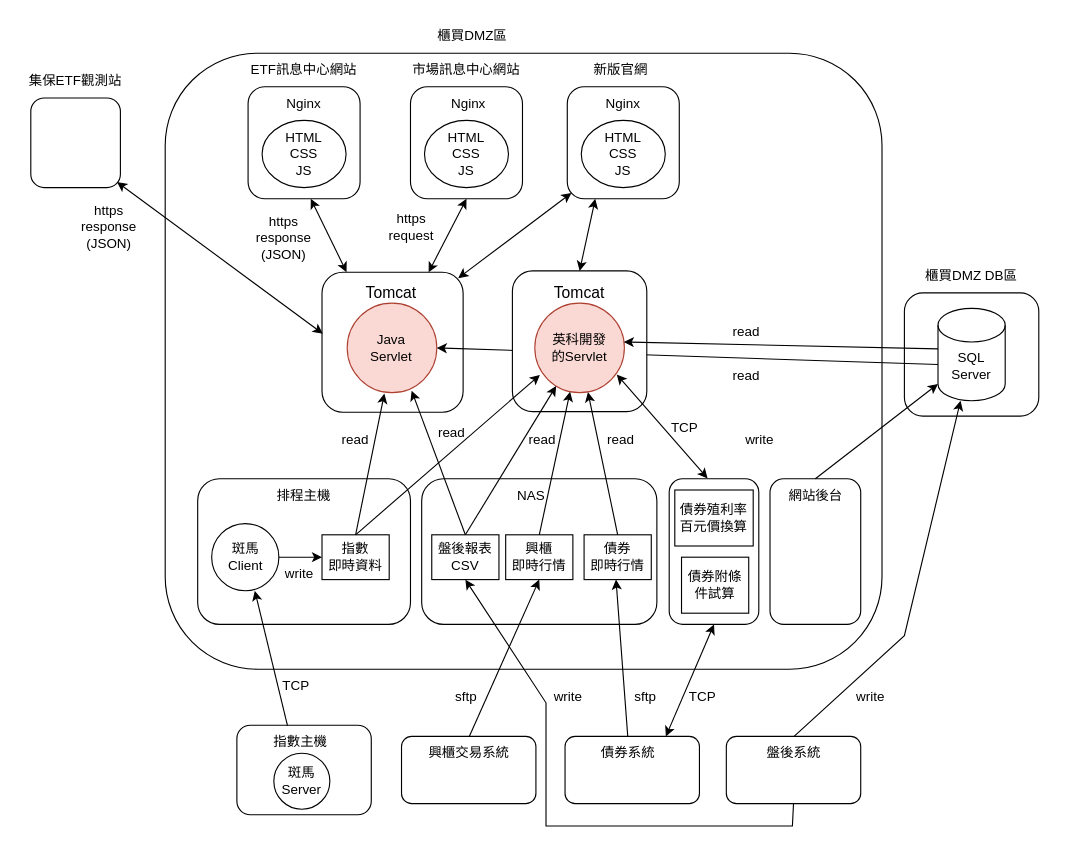
shih33/java_atguigu keeps this draw.io diagram as page "第 1 页" (1 of 5) of 期末報告/網站架構.drawio. Above is the earlier version. Source tidied: cells renumbered, new cells numbered last; positions are measured from the earlier drawing's top-left corner, leaving out a move shared by most shapes. Both pictures are drawn from the tidied source at 112%, with x=0, y=0 at pixel (19, 19).
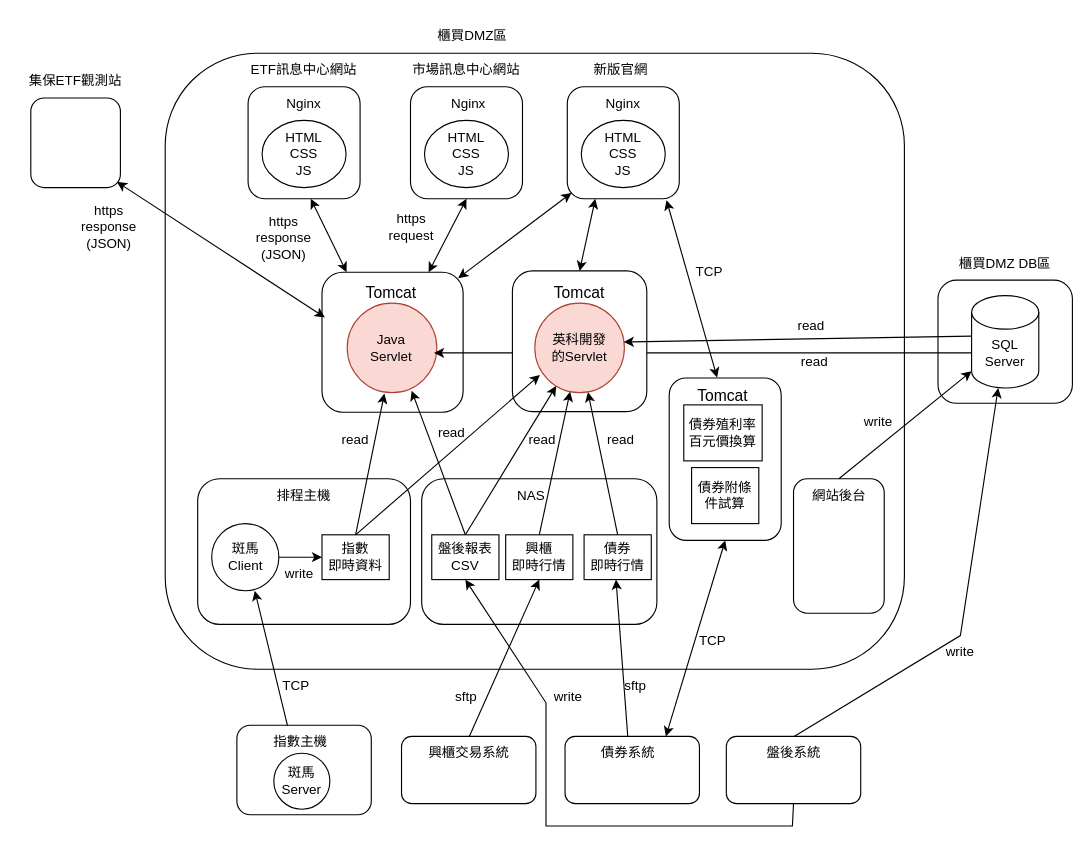
After the change.

The change refers to these unchanged cells:
```xml
<mxCell id="7" style="rounded=1;whiteSpace=wrap;html=1;" parent="1" vertex="1">
  <mxGeometry x="489" y="60" width="100" height="100" as="geometry" />
</mxCell>
<mxCell id="19" style="rounded=1;whiteSpace=wrap;html=1;" parent="1" vertex="1">
  <mxGeometry x="270" y="225.6" width="126" height="125" as="geometry" />
</mxCell>
<mxCell id="21" style="ellipse;whiteSpace=wrap;html=1;fillColor=#fad9d5;strokeColor=#ae4132;" parent="1" vertex="1">
  <mxGeometry x="292.5" y="253.1" width="80" height="80" as="geometry" />
</mxCell>
<mxCell id="23" style="rounded=1;whiteSpace=wrap;html=1;" parent="1" vertex="1">
  <mxGeometry x="10" y="70" width="80" height="80" as="geometry" />
</mxCell>
<mxCell id="51" value="盤後系統" style="text;html=1;align=center;verticalAlign=middle;whiteSpace=wrap;rounded=0;" parent="1" vertex="1">
  <mxGeometry x="646" y="640" width="91" height="30" as="geometry" />
</mxCell>
<mxCell id="81" style="ellipse;whiteSpace=wrap;html=1;fillColor=#fad9d5;strokeColor=#ae4132;" parent="1" vertex="1">
  <mxGeometry x="460" y="253.1" width="80" height="80" as="geometry" />
</mxCell>
```

Diff of the diagram source:
```diff
@@
     <mxCell id="3" style="rounded=1;whiteSpace=wrap;html=1;" parent="1" vertex="1">
-      <mxGeometry x="130" y="30" width="640" height="550" as="geometry" />
+      <mxGeometry x="130" y="30" width="660" height="550" as="geometry" />
     </mxCell>
@@
     <mxCell id="26" style="rounded=1;whiteSpace=wrap;html=1;" parent="1" vertex="1">
-      <mxGeometry x="790" y="244" width="120" height="110" as="geometry" />
+      <mxGeometry x="820" y="232.6" width="120" height="110" as="geometry" />
     </mxCell>
     <mxCell id="27" value="櫃買DMZ DB區" style="text;html=1;align=center;verticalAlign=middle;whiteSpace=wrap;rounded=0;" parent="1" vertex="1">
-      <mxGeometry x="805" y="219" width="90" height="20" as="geometry" />
+      <mxGeometry x="835" y="207.6" width="90" height="20" as="geometry" />
     </mxCell>
     <mxCell id="28" style="shape=cylinder3;whiteSpace=wrap;html=1;boundedLbl=1;backgroundOutline=1;size=15;" parent="1" vertex="1">
-      <mxGeometry x="820" y="257.8" width="60" height="82.5" as="geometry" />
+      <mxGeometry x="850" y="246.4" width="60" height="82.5" as="geometry" />
     </mxCell>
     <mxCell id="29" value="SQL&lt;div&gt;Server&lt;/div&gt;" style="text;html=1;align=center;verticalAlign=middle;whiteSpace=wrap;rounded=0;" parent="1" vertex="1">
-      <mxGeometry x="820" y="294" width="60" height="30" as="geometry" />
+      <mxGeometry x="850" y="282.6" width="60" height="30" as="geometry" />
     </mxCell>
@@
     <mxCell id="32" style="rounded=1;whiteSpace=wrap;html=1;" parent="1" vertex="1">
-      <mxGeometry x="670" y="410" width="81" height="130" as="geometry" />
+      <mxGeometry x="691" y="410" width="81" height="120" as="geometry" />
     </mxCell>
@@
     <mxCell id="35" value="網站後台" style="text;html=1;align=center;verticalAlign=middle;whiteSpace=wrap;rounded=0;" parent="1" vertex="1">
-      <mxGeometry x="680.5" y="410" width="60" height="30" as="geometry" />
+      <mxGeometry x="701.5" y="410" width="60" height="30" as="geometry" />
     </mxCell>
@@
-    <mxCell id="55" style="endArrow=classic;startArrow=classic;html=1;rounded=0;entryX=0.006;entryY=0.439;entryDx=0;entryDy=0;entryPerimeter=0;exitX=0.962;exitY=0.937;exitDx=0;exitDy=0;exitPerimeter=0;" parent="1" edge="1" source="23" target="19">
+    <mxCell id="55" style="endArrow=classic;startArrow=classic;html=1;rounded=0;entryX=0.02;entryY=0.322;entryDx=0;entryDy=0;entryPerimeter=0;exitX=0.962;exitY=0.937;exitDx=0;exitDy=0;exitPerimeter=0;" parent="1" edge="1" source="23" target="19">
       <mxGeometry relative="1" as="geometry" />
     </mxCell>
@@
-    <mxCell id="58" style="endArrow=classic;html=1;rounded=0;entryX=1;entryY=0.5;entryDx=0;entryDy=0;" parent="1" edge="1" source="29" target="21">
+    <mxCell id="58" style="endArrow=classic;html=1;rounded=0;entryX=0.969;entryY=0.556;entryDx=0;entryDy=0;entryPerimeter=0;" parent="1" edge="1" source="29" target="21">
       <mxGeometry relative="1" as="geometry" />
     </mxCell>
@@
     <mxCell id="64" style="endArrow=classic;html=1;rounded=0;exitX=0.5;exitY=0;exitDx=0;exitDy=0;" parent="1" edge="1" source="51" target="28">
       <mxGeometry relative="1" as="geometry">
         <Array as="points">
-          <mxPoint x="790" y="550" />
+          <mxPoint x="840" y="550" />
         </Array>
       </mxGeometry>
     </mxCell>
@@
     <mxCell id="69" value="read" style="text;html=1;align=center;verticalAlign=middle;whiteSpace=wrap;rounded=0;" parent="1" vertex="1">
-      <mxGeometry x="619" y="303.1" width="60" height="30" as="geometry" />
+      <mxGeometry x="680" y="290.6" width="60" height="30" as="geometry" />
     </mxCell>
@@
     <mxCell id="76" value="writ&lt;span style=&quot;background-color: initial;&quot;&gt;e&lt;/span&gt;" style="text;html=1;align=center;verticalAlign=middle;whiteSpace=wrap;rounded=0;" parent="1" vertex="1">
-      <mxGeometry x="730" y="590" width="60" height="30" as="geometry" />
+      <mxGeometry x="810" y="550" width="60" height="30" as="geometry" />
     </mxCell>
     <mxCell id="77" value="sftp" style="text;html=1;align=center;verticalAlign=middle;whiteSpace=wrap;rounded=0;" parent="1" vertex="1">
-      <mxGeometry x="529" y="590" width="60" height="30" as="geometry" />
+      <mxGeometry x="520" y="580" width="60" height="30" as="geometry" />
     </mxCell>
@@
     <mxCell id="88" value="writ&lt;span style=&quot;background-color: initial;&quot;&gt;e&lt;/span&gt;" style="text;html=1;align=center;verticalAlign=middle;whiteSpace=wrap;rounded=0;" parent="1" vertex="1">
-      <mxGeometry x="631" y="360" width="60" height="30" as="geometry" />
+      <mxGeometry x="737" y="344" width="60" height="30" as="geometry" />
     </mxCell>
     <mxCell id="89" value="read" style="text;html=1;align=center;verticalAlign=middle;whiteSpace=wrap;rounded=0;" parent="1" vertex="1">
-      <mxGeometry x="619" y="264.4" width="60" height="30" as="geometry" />
+      <mxGeometry x="677" y="259.4" width="60" height="30" as="geometry" />
     </mxCell>
@@
     <mxCell id="92" style="rounded=1;whiteSpace=wrap;html=1;" parent="1" vertex="1">
-      <mxGeometry x="580" y="410" width="80" height="130" as="geometry" />
+      <mxGeometry x="580" y="320" width="100" height="145" as="geometry" />
     </mxCell>
     <mxCell id="93" style="rounded=0;whiteSpace=wrap;html=1;" parent="1" vertex="1">
-      <mxGeometry x="585" y="420" width="70" height="50" as="geometry" />
+      <mxGeometry x="593" y="344" width="70" height="50" as="geometry" />
     </mxCell>
     <mxCell id="94" style="rounded=0;whiteSpace=wrap;html=1;" parent="1" vertex="1">
-      <mxGeometry x="591" y="480" width="60" height="50" as="geometry" />
+      <mxGeometry x="600" y="400" width="60" height="50" as="geometry" />
     </mxCell>
     <mxCell id="95" value="&lt;p class=&quot;MsoPlainText&quot;&gt;&lt;font face=&quot;新細明體, serif&quot;&gt;債券殖利率百元價換算&lt;/font&gt;&lt;br&gt;&lt;/p&gt;" style="text;html=1;align=center;verticalAlign=middle;whiteSpace=wrap;rounded=0;" parent="1" vertex="1">
-      <mxGeometry x="588" y="430" width="64" height="30" as="geometry" />
+      <mxGeometry x="596" y="354" width="64" height="30" as="geometry" />
     </mxCell>
     <mxCell id="96" value="債券附條件試算" style="text;html=1;align=center;verticalAlign=middle;whiteSpace=wrap;rounded=0;" parent="1" vertex="1">
-      <mxGeometry x="591" y="490" width="60" height="30" as="geometry" />
+      <mxGeometry x="600" y="410" width="60" height="30" as="geometry" />
     </mxCell>
-    <mxCell id="97" style="endArrow=classic;startArrow=classic;html=1;rounded=0;entryX=0.915;entryY=0.797;entryDx=0;entryDy=0;entryPerimeter=0;exitX=0.428;exitY=-0.003;exitDx=0;exitDy=0;exitPerimeter=0;" parent="1" edge="1" source="92" target="81">
+    <mxCell id="97" style="endArrow=classic;startArrow=classic;html=1;rounded=0;entryX=0.886;entryY=1.012;entryDx=0;entryDy=0;entryPerimeter=0;exitX=0.428;exitY=-0.003;exitDx=0;exitDy=0;exitPerimeter=0;" parent="1" edge="1" source="92" target="7">
       <mxGeometry relative="1" as="geometry" />
     </mxCell>
@@
-    <mxCell id="99" value="TCP" style="text;html=1;align=center;verticalAlign=middle;whiteSpace=wrap;rounded=0;" parent="1" vertex="1">
-      <mxGeometry x="564" y="350" width="60" height="30" as="geometry" />
-    </mxCell>
     <mxCell id="100" value="TCP" style="text;html=1;align=center;verticalAlign=middle;whiteSpace=wrap;rounded=0;" parent="1" vertex="1">
-      <mxGeometry x="580" y="590" width="60" height="30" as="geometry" />
+      <mxGeometry x="589" y="540" width="60" height="30" as="geometry" />
     </mxCell>
@@
+    <mxCell id="105" value="&lt;font style=&quot;font-size: 14px;&quot;&gt;Tomcat&lt;/font&gt;" style="text;html=1;align=center;verticalAlign=middle;whiteSpace=wrap;rounded=0;" parent="1" vertex="1">
+      <mxGeometry x="598" y="320.6" width="60" height="30" as="geometry" />
+    </mxCell>
+    <mxCell id="99" value="TCP" style="text;html=1;align=center;verticalAlign=middle;whiteSpace=wrap;rounded=0;" parent="1" vertex="1">
+      <mxGeometry x="586" y="210" width="60" height="30" as="geometry" />
+    </mxCell>
```
